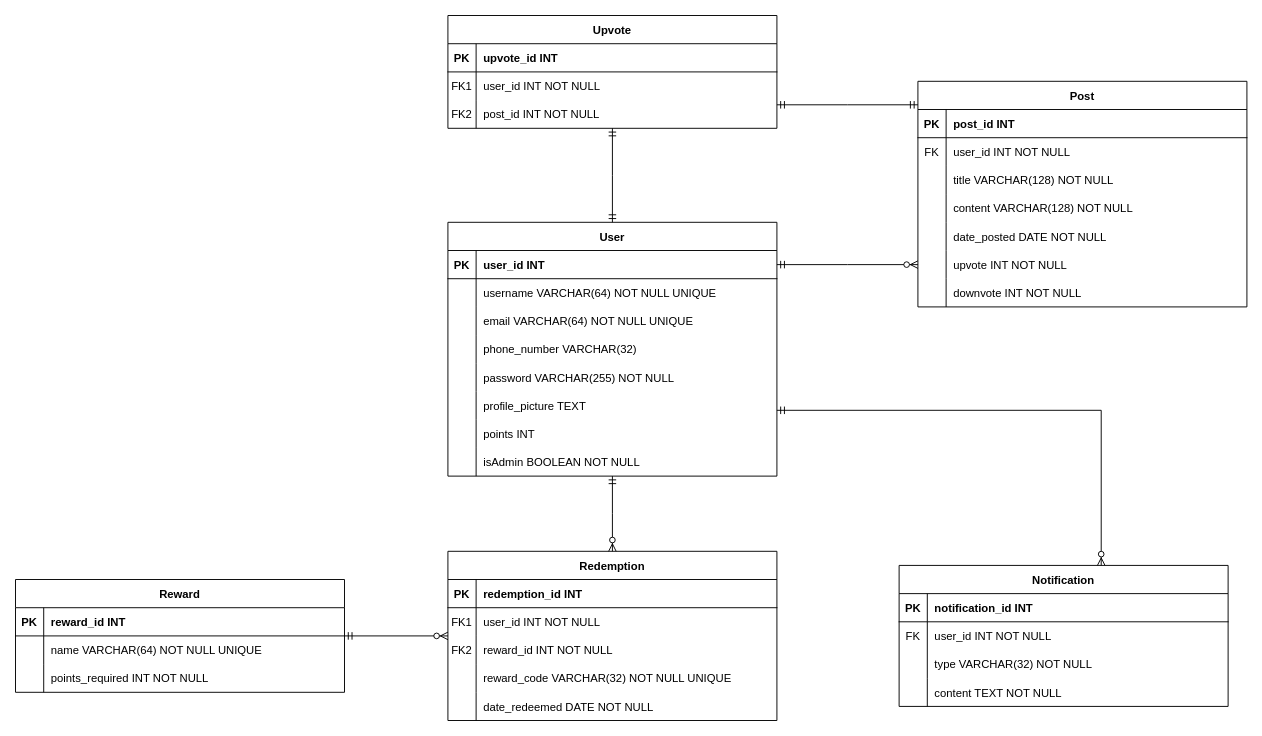
ChiefWoods/sustainable-earth-foundation keeps this draw.io diagram as erd.drawio. Above is the earlier version. Source tidied: cells renumbered, new cells numbered last; positions are measured from the earlier drawing's top-left corner, leaving out a move shared by most shapes. Both pictures are drawn from the tidied source at 94%, with x=0, y=0 at pixel (15, 15).
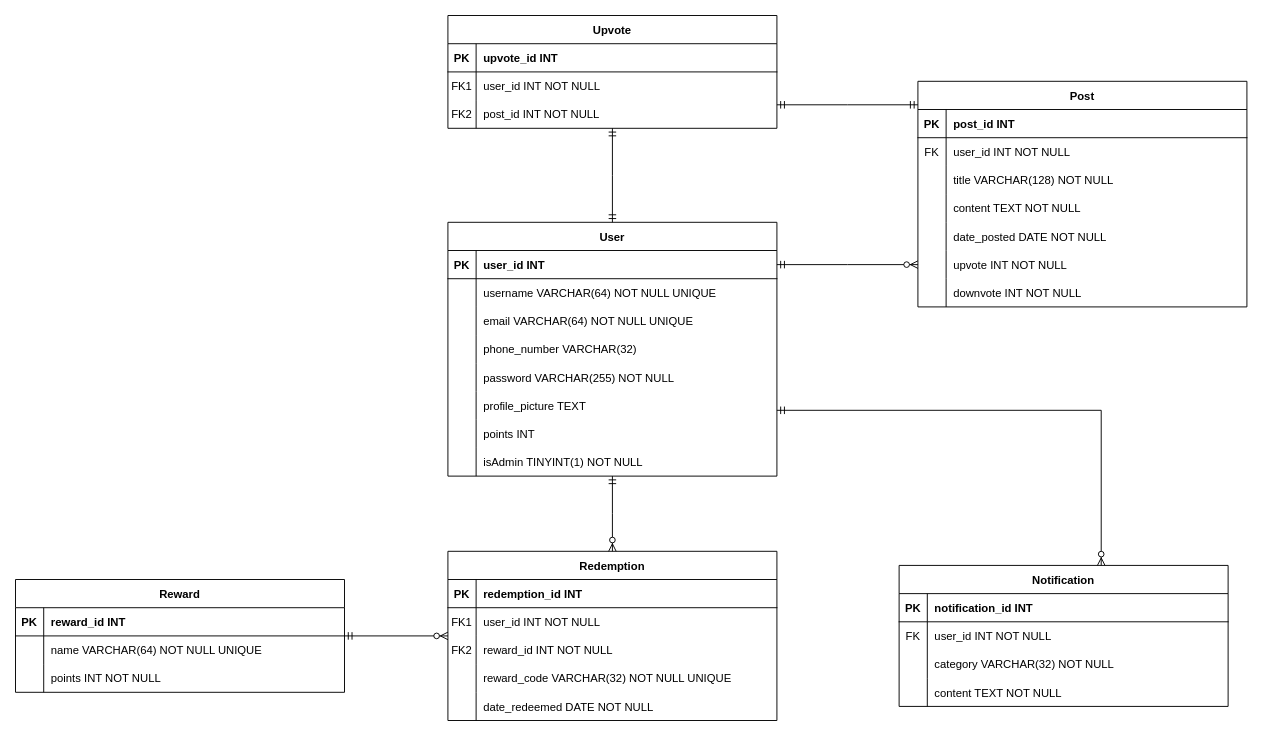
The same diagram, later.

Unchanged cells that the change refers to:
```xml
<mxCell id="24" style="shape=partialRectangle;fillColor=none;top=0;left=0;right=0;bottom=0;" parent="2" vertex="1">
  <mxGeometry y="240" width="350" height="30" as="geometry" />
</mxCell>
<mxCell id="37" style="shape=partialRectangle;fillColor=none;top=0;left=0;right=0;bottom=0;" parent="27" vertex="1">
  <mxGeometry y="120" width="350" height="30" as="geometry" />
</mxCell>
<mxCell id="56" style="shape=partialRectangle;fillColor=none;top=0;left=0;right=0;bottom=0;" parent="49" vertex="1">
  <mxGeometry y="90" width="350" height="30" as="geometry" />
</mxCell>
<mxCell id="82" style="shape=partialRectangle;fillColor=none;top=0;left=0;right=0;bottom=0;" parent="75" vertex="1">
  <mxGeometry y="90" width="350" height="30" as="geometry" />
</mxCell>
```

The edit, as a diff of the source:
```diff
@@
-    <mxCell id="26" value="isAdmin BOOLEAN NOT NULL" style="shape=partialRectangle;overflow=hidden;fillColor=none;top=0;left=0;bottom=0;right=0;align=left;spacingLeft=6;" parent="24" vertex="1">
+    <mxCell id="26" value="isAdmin TINYINT(1) NOT NULL" style="shape=partialRectangle;overflow=hidden;fillColor=none;top=0;left=0;bottom=0;right=0;align=left;spacingLeft=6;" parent="24" vertex="1">
       <mxGeometry x="30" width="320" height="30" as="geometry" />
     </mxCell>
@@
-    <mxCell id="39" value="content VARCHAR(128) NOT NULL" style="shape=partialRectangle;overflow=hidden;fillColor=none;top=0;left=0;bottom=0;right=0;align=left;spacingLeft=6;" parent="37" vertex="1">
+    <mxCell id="39" value="content TEXT NOT NULL" style="shape=partialRectangle;overflow=hidden;fillColor=none;top=0;left=0;bottom=0;right=0;align=left;spacingLeft=6;" parent="37" vertex="1">
       <mxGeometry x="30" width="320" height="30" as="geometry" />
     </mxCell>
@@
-    <mxCell id="58" value="points_required INT NOT NULL" style="shape=partialRectangle;overflow=hidden;fillColor=none;top=0;left=0;bottom=0;right=0;align=left;spacingLeft=6;" parent="56" vertex="1">
+    <mxCell id="58" value="points INT NOT NULL" style="shape=partialRectangle;overflow=hidden;fillColor=none;top=0;left=0;bottom=0;right=0;align=left;spacingLeft=6;" parent="56" vertex="1">
       <mxGeometry x="30" width="320" height="30" as="geometry" />
     </mxCell>
@@
-    <mxCell id="84" value="type VARCHAR(32) NOT NULL" style="shape=partialRectangle;overflow=hidden;fillColor=none;top=0;left=0;bottom=0;right=0;align=left;spacingLeft=6;" parent="82" vertex="1">
+    <mxCell id="84" value="category VARCHAR(32) NOT NULL" style="shape=partialRectangle;overflow=hidden;fillColor=none;top=0;left=0;bottom=0;right=0;align=left;spacingLeft=6;" parent="82" vertex="1">
       <mxGeometry x="30" width="320" height="30" as="geometry" />
     </mxCell>
```
